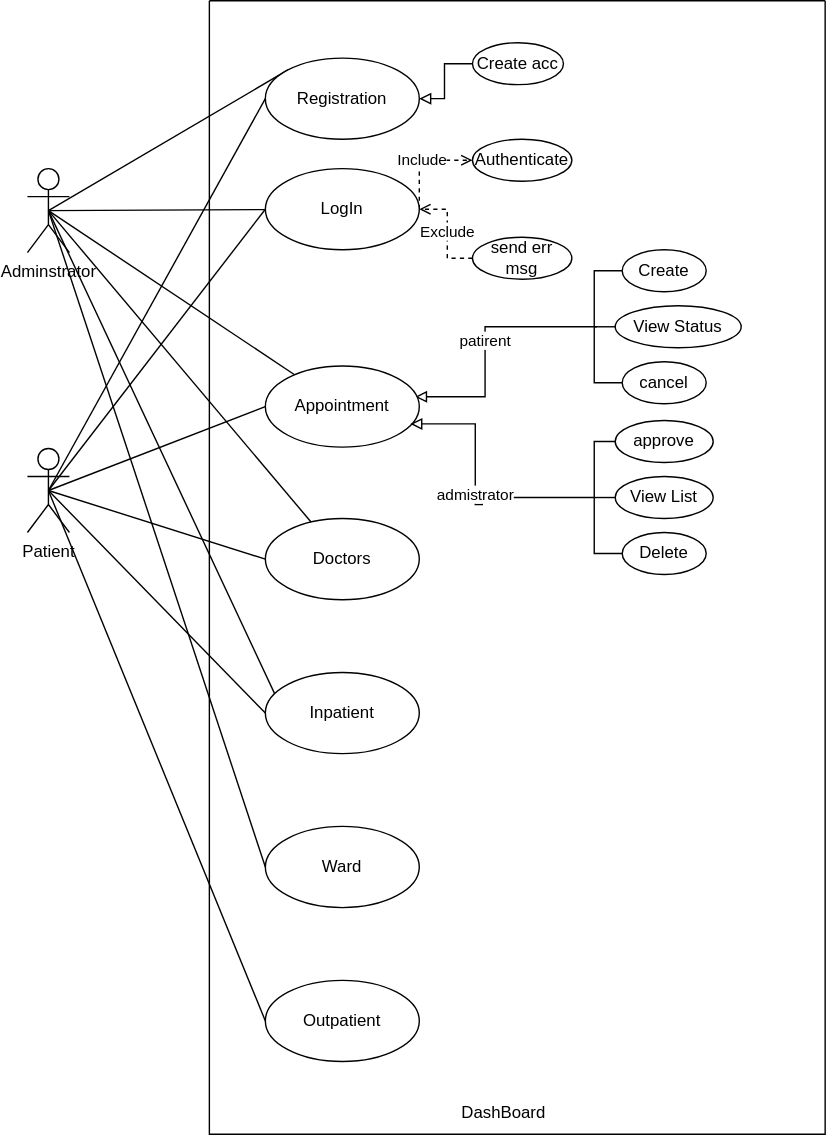
Before: UserCase.drawio.svg, a diagram exported from draw.io (SifatulHaq/Web_proj). Source tidied: cells renumbered, new cells last; positions are measured from the earlier drawing's top-left corner, leaving out a move shared by most shapes.
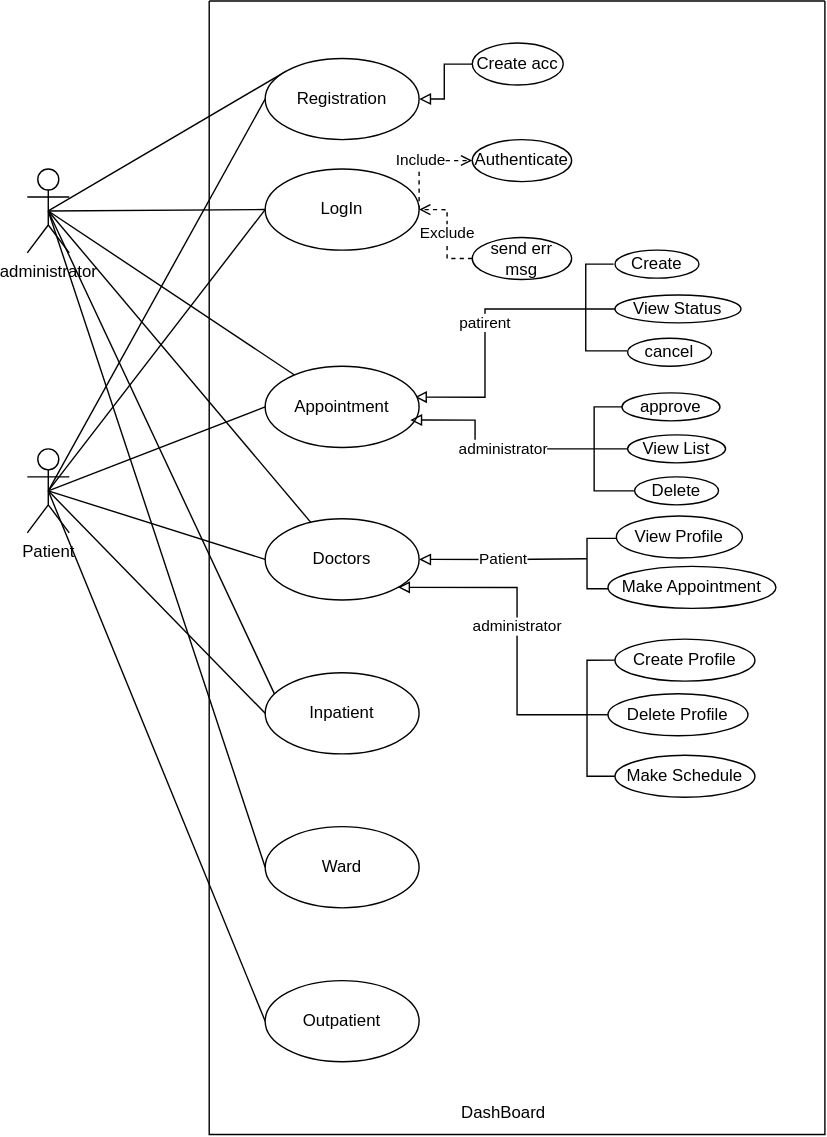
The same file after the commit.

Change to the diagram source:
```diff
@@ -20,7 +20,7 @@
     <mxCell id="7" style="edgeStyle=none;rounded=0;jettySize=auto;html=1;exitX=0.5;exitY=0.5;exitDx=0;exitDy=0;exitPerimeter=0;endArrow=none;endFill=0;entryX=0;entryY=0.5;entryDx=0;entryDy=0;" parent="1" edge="1" source="8" target="30">
       <mxGeometry relative="1" as="geometry" />
     </mxCell>
-    <mxCell id="8" value="Adminstrator" style="shape=umlActor;verticalLabelPosition=bottom;verticalAlign=top;html=1;outlineConnect=0;" parent="1" vertex="1">
+    <mxCell id="8" value="administrator" style="shape=umlActor;verticalLabelPosition=bottom;verticalAlign=top;html=1;outlineConnect=0;" parent="1" vertex="1">
       <mxGeometry y="120" width="30" height="60" as="geometry" />
     </mxCell>
     <mxCell id="9" style="rounded=0;jettySize=auto;html=1;entryX=0;entryY=0.5;entryDx=0;entryDy=0;exitX=0.5;exitY=0.5;exitDx=0;exitDy=0;exitPerimeter=0;endArrow=none;endFill=0;" parent="1" edge="1" source="14" target="24">
@@ -47,16 +47,19 @@
     <mxCell id="16" value="Create acc" style="ellipse;whiteSpace=wrap;html=1;" parent="15" vertex="1">
       <mxGeometry x="188" y="30" width="65" height="30" as="geometry" />
     </mxCell>
-    <mxCell id="17" style="edgeStyle=orthogonalEdgeStyle;rounded=0;jettySize=auto;html=1;exitX=0;exitY=0.5;exitDx=0;exitDy=0;entryX=0;entryY=0.5;entryDx=0;entryDy=0;endArrow=none;endFill=0;" parent="15" edge="1" source="18" target="36">
+    <mxCell id="17" style="edgeStyle=orthogonalEdgeStyle;rounded=0;orthogonalLoop=1;jettySize=auto;html=1;exitX=0;exitY=0.5;exitDx=0;exitDy=0;entryX=0;entryY=0.5;entryDx=0;entryDy=0;endArrow=none;endFill=0;" parent="15" edge="1">
       <mxGeometry relative="1" as="geometry">
+        <mxPoint x="289" y="188" as="sourcePoint" />
+        <mxPoint x="299" y="251" as="targetPoint" />
         <Array as="points">
-          <mxPoint x="275" y="193" />
-          <mxPoint x="275" y="273" />
+          <mxPoint x="269" y="188" />
+          <mxPoint x="269" y="250" />
+          <mxPoint x="299" y="250" />
         </Array>
       </mxGeometry>
     </mxCell>
     <mxCell id="18" value="Create" style="ellipse;whiteSpace=wrap;html=1;" parent="15" vertex="1">
-      <mxGeometry x="295" y="178" width="60" height="30" as="geometry" />
+      <mxGeometry x="290" y="178" width="60" height="20" as="geometry" />
     </mxCell>
     <mxCell id="19" value="Authenticate" style="ellipse;whiteSpace=wrap;html=1;" parent="15" vertex="1">
       <mxGeometry x="188" y="99" width="71" height="30" as="geometry" />
@@ -91,16 +94,31 @@
     <mxCell id="26" value="patirent" style="edgeStyle=orthogonalEdgeStyle;rounded=0;orthogonalLoop=1;jettySize=auto;html=1;exitX=1;exitY=0.5;exitDx=0;exitDy=0;endArrow=none;endFill=0;startArrow=block;startFill=0;" parent="15" edge="1">
       <mxGeometry relative="1" as="geometry">
         <mxPoint x="147" y="283" as="sourcePoint" />
-        <mxPoint x="277" y="233" as="targetPoint" />
+        <mxPoint x="290" y="220" as="targetPoint" />
         <Array as="points">
           <mxPoint x="197" y="283" />
-          <mxPoint x="197" y="233" />
+          <mxPoint x="197" y="220" />
+          <mxPoint x="277" y="220" />
         </Array>
       </mxGeometry>
     </mxCell>
     <mxCell id="27" value="Appointment" style="ellipse;whiteSpace=wrap;html=1;" parent="15" vertex="1">
       <mxGeometry x="40" y="261" width="110" height="58" as="geometry" />
     </mxCell>
+    <mxCell id="46" value="Patient" style="edgeStyle=orthogonalEdgeStyle;rounded=0;jettySize=auto;html=1;exitX=1;exitY=0.5;exitDx=0;exitDy=0;entryX=1;entryY=0.5;entryDx=0;entryDy=0;endArrow=block;endFill=0;" parent="15" edge="1" target="28">
+      <mxGeometry relative="1" as="geometry">
+        <mxPoint x="270" y="398.6" as="sourcePoint" />
+      </mxGeometry>
+    </mxCell>
+    <mxCell id="47" value="administrator" style="edgeStyle=orthogonalEdgeStyle;rounded=0;jettySize=auto;html=1;entryX=1;entryY=1;entryDx=0;entryDy=0;endArrow=block;endFill=0;" parent="15" edge="1" target="28">
+      <mxGeometry relative="1" as="geometry">
+        <mxPoint x="270" y="510" as="sourcePoint" />
+        <Array as="points">
+          <mxPoint x="220" y="510" />
+          <mxPoint x="220" y="419" />
+        </Array>
+      </mxGeometry>
+    </mxCell>
     <mxCell id="28" value="Doctors" style="ellipse;whiteSpace=wrap;html=1;" parent="15" vertex="1">
       <mxGeometry x="40" y="370" width="110" height="58" as="geometry" />
     </mxCell>
@@ -119,58 +137,77 @@
     <mxCell id="33" style="edgeStyle=orthogonalEdgeStyle;rounded=0;orthogonalLoop=1;jettySize=auto;html=1;exitX=0;exitY=0.5;exitDx=0;exitDy=0;startArrow=none;startFill=0;endArrow=none;endFill=0;entryX=0;entryY=0.5;entryDx=0;entryDy=0;" parent="15" edge="1" source="35" target="35">
       <mxGeometry relative="1" as="geometry" />
     </mxCell>
-    <mxCell id="34" style="edgeStyle=orthogonalEdgeStyle;rounded=0;orthogonalLoop=1;jettySize=auto;html=1;exitX=0;exitY=0.5;exitDx=0;exitDy=0;endArrow=none;endFill=0;" parent="15" edge="1">
-      <mxGeometry relative="1" as="geometry">
-        <mxPoint x="295" y="233" as="sourcePoint" />
-        <mxPoint x="275" y="233" as="targetPoint" />
-      </mxGeometry>
-    </mxCell>
     <mxCell id="35" value="View Status" style="ellipse;whiteSpace=wrap;html=1;" parent="15" vertex="1">
-      <mxGeometry x="290" y="218" width="90" height="30" as="geometry" />
+      <mxGeometry x="290" y="210" width="90" height="20" as="geometry" />
     </mxCell>
     <mxCell id="36" value="cancel" style="ellipse;whiteSpace=wrap;html=1;" parent="15" vertex="1">
-      <mxGeometry x="295" y="258" width="60" height="30" as="geometry" />
+      <mxGeometry x="299" y="241" width="60" height="20" as="geometry" />
     </mxCell>
     <mxCell id="37" value="approve" style="ellipse;whiteSpace=wrap;html=1;" parent="15" vertex="1">
-      <mxGeometry x="290" y="300" width="70" height="30" as="geometry" />
+      <mxGeometry x="295" y="280" width="70" height="20" as="geometry" />
     </mxCell>
     <mxCell id="38" style="edgeStyle=orthogonalEdgeStyle;rounded=0;orthogonalLoop=1;jettySize=auto;html=1;exitX=0;exitY=0.5;exitDx=0;exitDy=0;startArrow=none;startFill=0;endArrow=none;endFill=0;entryX=0;entryY=0.5;entryDx=0;entryDy=0;" parent="15" edge="1" source="40" target="40">
       <mxGeometry relative="1" as="geometry" />
     </mxCell>
-    <mxCell id="39" style="edgeStyle=orthogonalEdgeStyle;rounded=0;orthogonalLoop=1;jettySize=auto;html=1;exitX=0;exitY=0.5;exitDx=0;exitDy=0;endArrow=none;endFill=0;" parent="15" edge="1">
-      <mxGeometry relative="1" as="geometry">
-        <mxPoint x="295" y="355" as="sourcePoint" />
-        <mxPoint x="275" y="355" as="targetPoint" />
-      </mxGeometry>
-    </mxCell>
     <mxCell id="40" value="View List" style="ellipse;whiteSpace=wrap;html=1;" parent="15" vertex="1">
-      <mxGeometry x="290" y="340" width="70" height="30" as="geometry" />
+      <mxGeometry x="299" y="310" width="70" height="20" as="geometry" />
     </mxCell>
     <mxCell id="41" value="Delete" style="ellipse;whiteSpace=wrap;html=1;" parent="15" vertex="1">
-      <mxGeometry x="295" y="380" width="60" height="30" as="geometry" />
+      <mxGeometry x="304" y="340" width="60" height="20" as="geometry" />
     </mxCell>
     <mxCell id="42" style="edgeStyle=orthogonalEdgeStyle;rounded=0;jettySize=auto;html=1;exitX=0;exitY=0.5;exitDx=0;exitDy=0;entryX=0;entryY=0.5;entryDx=0;entryDy=0;endArrow=none;endFill=0;" parent="15" edge="1" source="37" target="41">
       <mxGeometry relative="1" as="geometry">
         <Array as="points">
-          <mxPoint x="275" y="315" />
-          <mxPoint x="275" y="395" />
+          <mxPoint x="275" y="290" />
+          <mxPoint x="275" y="350" />
         </Array>
       </mxGeometry>
     </mxCell>
-    <mxCell id="43" value="admistrator" style="edgeStyle=orthogonalEdgeStyle;rounded=0;jettySize=auto;html=1;endArrow=none;endFill=0;startArrow=block;startFill=0;exitX=0.942;exitY=0.714;exitDx=0;exitDy=0;exitPerimeter=0;" parent="15" edge="1" source="27">
-      <mxGeometry relative="1" as="geometry">
-        <mxPoint x="275" y="355" as="targetPoint" />
+    <mxCell id="43" value="administrator" style="edgeStyle=orthogonalEdgeStyle;rounded=0;jettySize=auto;html=1;endArrow=none;endFill=0;startArrow=block;startFill=0;exitX=0.942;exitY=0.714;exitDx=0;exitDy=0;exitPerimeter=0;entryX=0;entryY=0.5;entryDx=0;entryDy=0;" parent="15" edge="1" target="40">
+      <mxGeometry x="-0.01" relative="1" as="geometry">
+        <mxPoint x="143.6" y="299.4" as="sourcePoint" />
         <Array as="points">
-          <mxPoint x="190" y="302" />
-          <mxPoint x="190" y="360" />
-          <mxPoint x="195" y="360" />
-          <mxPoint x="195" y="355" />
+          <mxPoint x="190" y="299" />
+          <mxPoint x="190" y="320" />
         </Array>
       </mxGeometry>
     </mxCell>
     <mxCell id="44" style="edgeStyle=orthogonalEdgeStyle;rounded=0;orthogonalLoop=1;jettySize=auto;html=1;exitX=0.5;exitY=1;exitDx=0;exitDy=0;" parent="15" edge="1" source="41" target="41">
       <mxGeometry relative="1" as="geometry" />
     </mxCell>
+    <mxCell id="48" value="View Profile" style="ellipse;whiteSpace=wrap;html=1;" parent="15" vertex="1">
+      <mxGeometry x="291" y="368" width="90" height="30" as="geometry" />
+    </mxCell>
+    <mxCell id="49" style="edgeStyle=orthogonalEdgeStyle;rounded=0;jettySize=auto;html=1;exitX=0;exitY=0.5;exitDx=0;exitDy=0;entryX=0;entryY=0.5;entryDx=0;entryDy=0;endArrow=none;endFill=0;" parent="15" edge="1" source="50" target="55">
+      <mxGeometry relative="1" as="geometry" />
+    </mxCell>
+    <mxCell id="50" value="Create Profile" style="ellipse;whiteSpace=wrap;html=1;" parent="15" vertex="1">
+      <mxGeometry x="290" y="456" width="100" height="30" as="geometry" />
+    </mxCell>
+    <mxCell id="51" style="edgeStyle=orthogonalEdgeStyle;rounded=0;orthogonalLoop=1;jettySize=auto;html=1;exitX=0;exitY=0.5;exitDx=0;exitDy=0;entryX=0;entryY=0.5;entryDx=0;entryDy=0;endArrow=none;endFill=0;" parent="15" edge="1">
+      <mxGeometry relative="1" as="geometry">
+        <mxPoint x="285" y="420" as="sourcePoint" />
+        <mxPoint x="291" y="384" as="targetPoint" />
+        <Array as="points">
+          <mxPoint x="270" y="420" />
+          <mxPoint x="270" y="384" />
+        </Array>
+      </mxGeometry>
+    </mxCell>
+    <mxCell id="52" value="Make Appointment" style="ellipse;whiteSpace=wrap;html=1;" parent="15" vertex="1">
+      <mxGeometry x="285" y="404" width="120" height="30" as="geometry" />
+    </mxCell>
+    <mxCell id="53" style="edgeStyle=orthogonalEdgeStyle;rounded=0;jettySize=auto;html=1;exitX=0;exitY=0.5;exitDx=0;exitDy=0;endArrow=none;endFill=0;" parent="15" edge="1" source="54">
+      <mxGeometry relative="1" as="geometry">
+        <mxPoint x="270" y="510" as="targetPoint" />
+      </mxGeometry>
+    </mxCell>
+    <mxCell id="54" value="Delete Profile" style="ellipse;whiteSpace=wrap;html=1;" parent="15" vertex="1">
+      <mxGeometry x="285" y="495" width="100" height="30" as="geometry" />
+    </mxCell>
+    <mxCell id="55" value="Make Schedule" style="ellipse;whiteSpace=wrap;html=1;" parent="15" vertex="1">
+      <mxGeometry x="290" y="539" width="100" height="30" as="geometry" />
+    </mxCell>
     <mxCell id="45" style="rounded=0;jettySize=auto;html=1;exitX=0;exitY=0.5;exitDx=0;exitDy=0;endArrow=none;endFill=0;entryX=0.5;entryY=0.5;entryDx=0;entryDy=0;entryPerimeter=0;" parent="1" edge="1" source="27" target="14">
       <mxGeometry relative="1" as="geometry" />
     </mxCell>
```
